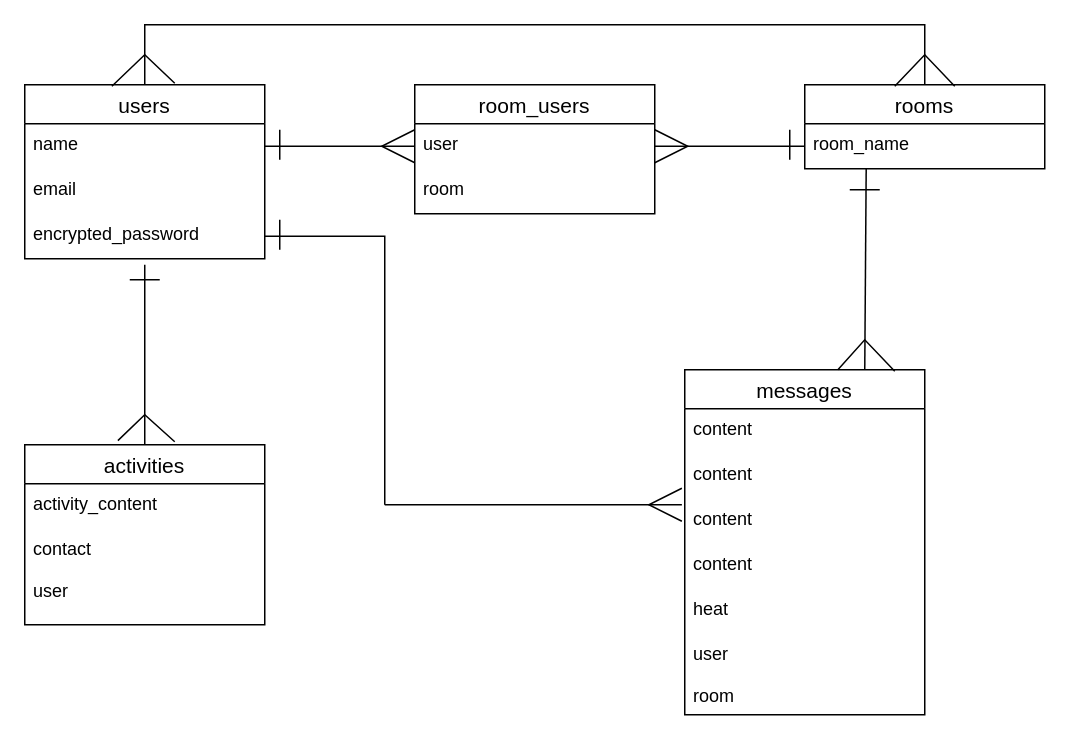
mizuha1230/ouchi-to-en keeps this draw.io diagram as ouchi-to-en.dio. Above is the earlier version. Source tidied: cells renumbered, new cells numbered last; positions are measured from the earlier drawing's top-left corner, leaving out a move shared by most shapes. Both pictures are drawn from the tidied source at 150%, with x=0, y=0 at pixel (24, 24).
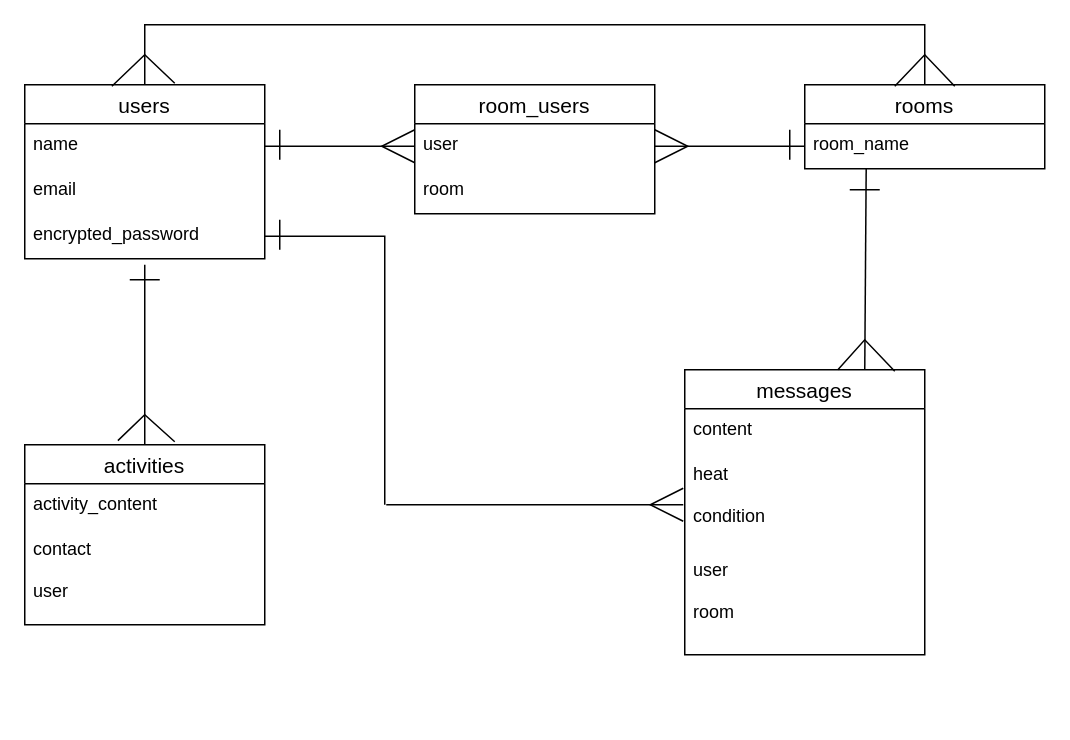
The same diagram, later.

Commit message:
messagesテーブルのER図修正

Change to the diagram source:
```diff
@@
     <mxCell id="10" value="messages" style="swimlane;fontStyle=0;horizontal=1;startSize=26;align=center;fontSize=14;" parent="1" vertex="1">
-      <mxGeometry x="440" y="230" width="160" height="230" as="geometry" />
+      <mxGeometry x="440" y="230" width="160" height="190" as="geometry" />
     </mxCell>
@@
-    <mxCell id="12" value="content" style="text;strokeColor=none;fillColor=none;spacingLeft=4;spacingRight=4;overflow=hidden;fontSize=12;" parent="10" vertex="1">
-      <mxGeometry y="56" width="160" height="30" as="geometry" />
-    </mxCell>
-    <mxCell id="13" value="content" style="text;strokeColor=none;fillColor=none;spacingLeft=4;spacingRight=4;overflow=hidden;points=[[0,0.5],[1,0.5]];portConstraint=eastwest;fontSize=12;" parent="10" vertex="1">
-      <mxGeometry y="86" width="160" height="30" as="geometry" />
-    </mxCell>
-    <mxCell id="14" value="content" style="text;strokeColor=none;fillColor=none;spacingLeft=4;spacingRight=4;overflow=hidden;fontSize=12;" parent="10" vertex="1">
-      <mxGeometry y="116" width="160" height="30" as="geometry" />
-    </mxCell>
-    <mxCell id="15" value="heat" style="text;strokeColor=none;fillColor=none;spacingLeft=4;spacingRight=4;overflow=hidden;fontSize=12;" parent="10" vertex="1">
-      <mxGeometry y="146" width="160" height="30" as="geometry" />
+    <mxCell id="15" value="heat&#10;&#10;condition" style="text;strokeColor=none;fillColor=none;spacingLeft=4;spacingRight=4;overflow=hidden;fontSize=12;" parent="10" vertex="1">
+      <mxGeometry y="56" width="160" height="64" as="geometry" />
     </mxCell>
     <mxCell id="16" value="user&#10;&#10;room" style="text;strokeColor=none;fillColor=none;spacingLeft=4;spacingRight=4;overflow=hidden;fontSize=12;" parent="10" vertex="1">
-      <mxGeometry y="176" width="160" height="54" as="geometry" />
+      <mxGeometry y="120" width="160" height="70" as="geometry" />
     </mxCell>
@@
-    <mxCell id="33" style="edgeStyle=entityRelationEdgeStyle;fontSize=12;html=1;endArrow=ERmany;strokeWidth=1;entryX=-0.012;entryY=0.133;entryDx=0;entryDy=0;entryPerimeter=0;endSize=20;" parent="1" edge="1" target="13">
+    <mxCell id="33" style="edgeStyle=entityRelationEdgeStyle;fontSize=12;html=1;endArrow=ERmany;strokeWidth=1;entryX=-0.012;entryY=0.133;entryDx=0;entryDy=0;entryPerimeter=0;endSize=20;" parent="1" edge="1">
       <mxGeometry relative="1" as="geometry">
-        <mxPoint x="240" y="320" as="sourcePoint" />
+        <mxPoint x="241" y="320" as="sourcePoint" />
+        <mxPoint x="439" y="320" as="targetPoint" />
       </mxGeometry>
     </mxCell>
```
